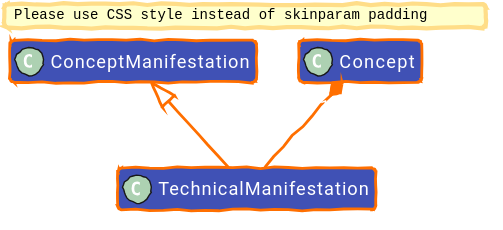
Before: diagrams/out/uctm-technical-term_dark.svg, a diagram exported from PlantUML (EKGF/ekg-method).
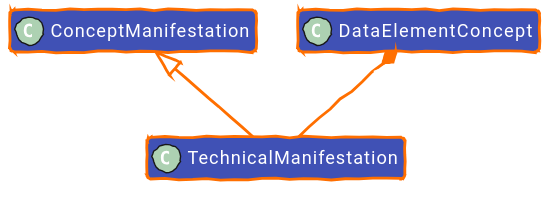
Above is the later version.

Change to the diagram source:
```diff
@@ -71,9 +71,9 @@
 
 class "ConceptManifestation" as ConceptManifestation [[/concept/term/#ontology]]
 class "TechnicalManifestation" as TechnicalManifestation [[/concept/term/technical-term/#ontology]]
-class "Concept" as Concept [[/concept/concept/#ontology]]
+class "DataElementConcept" as DataElementConcept [[/concept/concept/#ontology]]
 
 ConceptManifestation <|-- TechnicalManifestation
 
-Concept "1" *-- "0..*" TechnicalManifestation : :hasManifestation
+DataElementConcept "1" *-- "0..*" TechnicalManifestation : :hasManifestation
 @enduml
```
